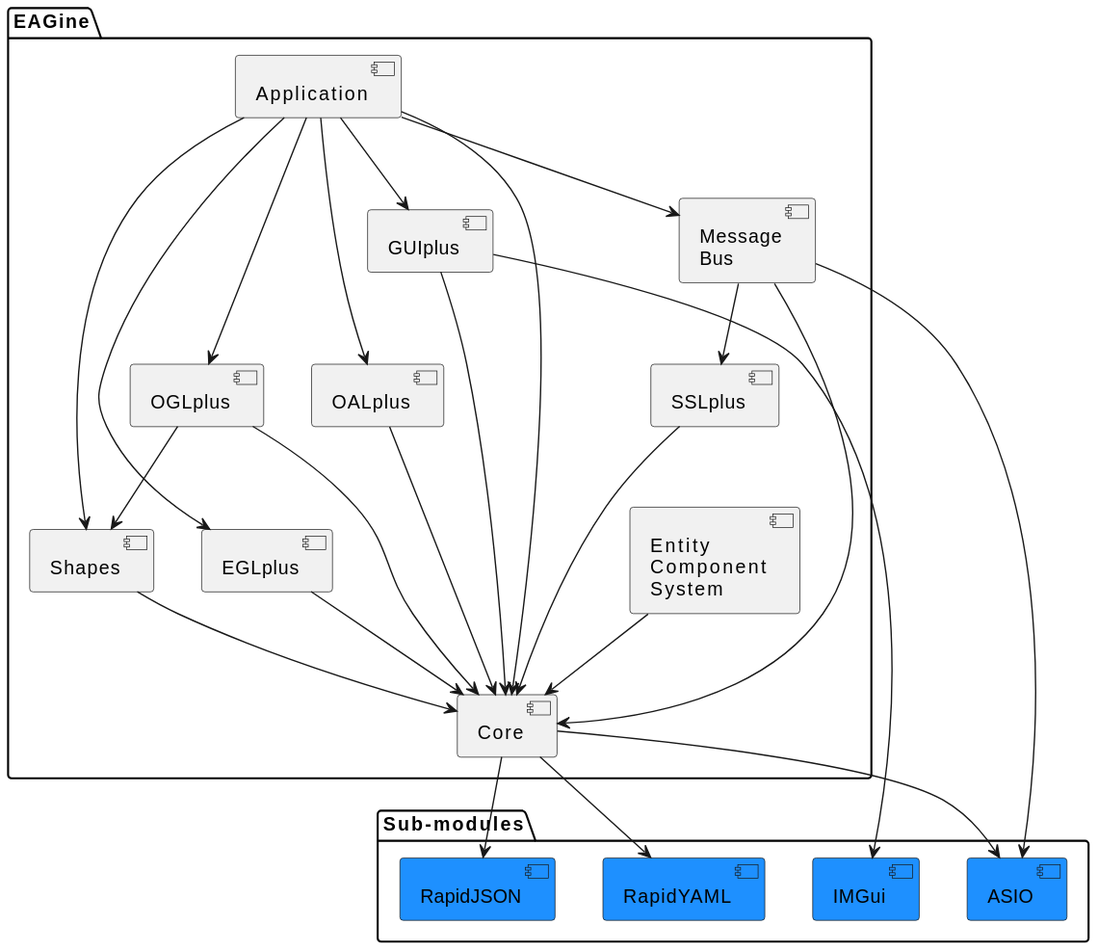
Above: doc/diagrams/eagine/components_sub.svg in matus-chochlik/eagine-all (PlantUML), before the change.
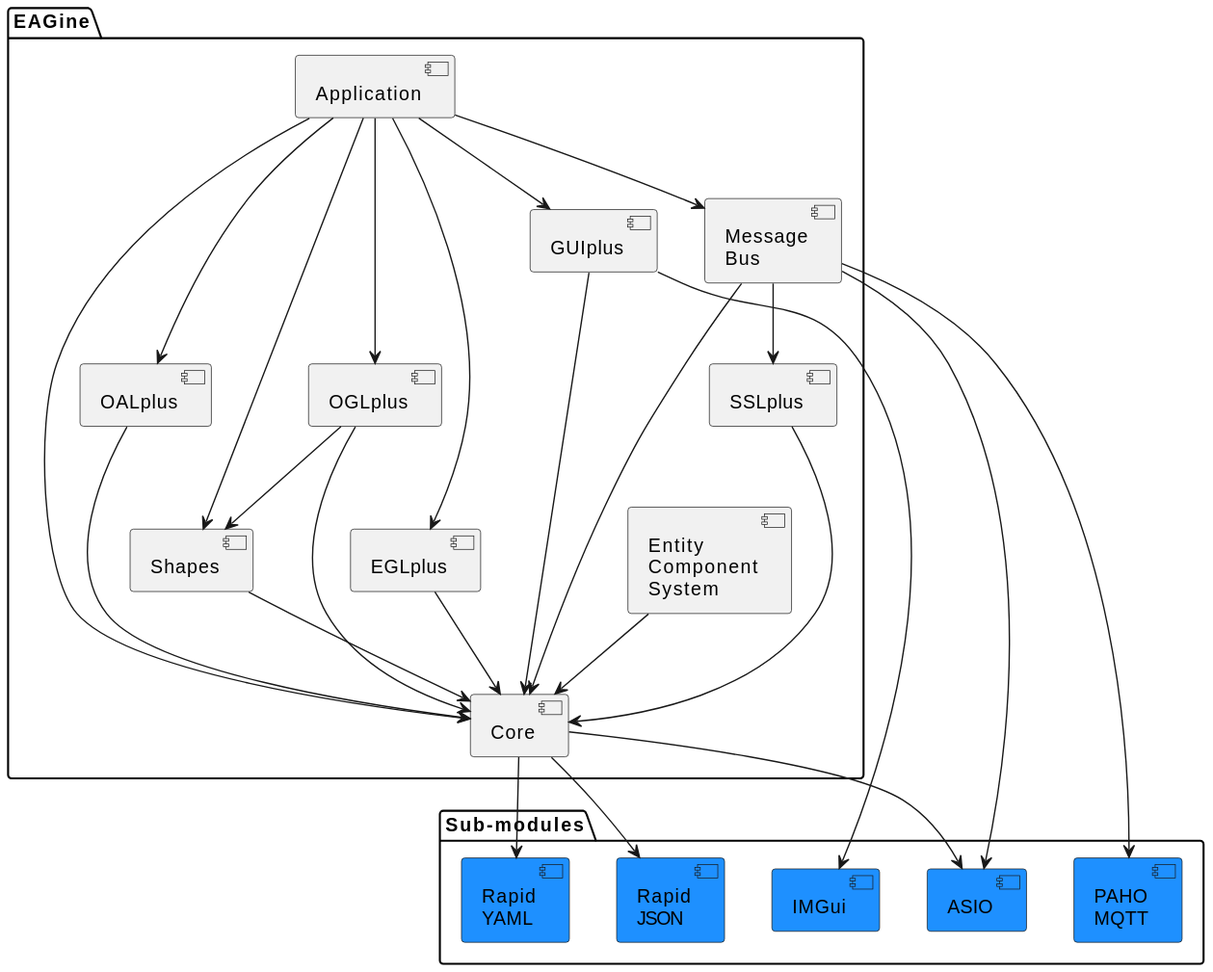
After the change.

Commit message:
Updated the components diagram

Change to the diagram source:
```diff
@@ -1,28 +1,30 @@
 @startuml
 package Sub-modules {
-        component [ASIO] as asio #DodgerBlue
-        component [RapidJSON] as rapidjson #DodgerBlue
-        component [RapidYAML] as rapidyaml #DodgerBlue
-        component [IMGui] as imgui #DodgerBlue
+	component [ASIO] as asio #DodgerBlue
+	component [PAHO\nMQTT] as paho #DodgerBlue
+	component [Rapid\nJSON] as rapidjson #DodgerBlue
+	component [Rapid\nYAML] as rapidyaml #DodgerBlue
+	component [IMGui] as imgui #DodgerBlue
 }
 
 package EAGine {
-        component [Core] as core
-        component [SSLplus] as sslplus
-        component [Shapes] as shapes
-        component [Message\nBus] as msgbus
-        component [EGLplus] as eglplus
-        component [OGLplus] as oglplus
-        component [OALplus] as oalplus
-        component [GUIplus] as guiplus
-        component [Entity\nComponent\nSystem] as ecs
-        component [Application] as app
+	component [Core] as core
+	component [SSLplus] as sslplus
+	component [Shapes] as shapes
+	component [Message\nBus] as msgbus
+	component [EGLplus] as eglplus
+	component [OGLplus] as oglplus
+	component [OALplus] as oalplus
+	component [GUIplus] as guiplus
+	component [Entity\nComponent\nSystem] as ecs
+	component [Application] as app
 }
 
 core --> rapidjson
 core --> rapidyaml
 core --> asio
 msgbus --> asio
+msgbus --> paho
 guiplus --> imgui
 
 sslplus --> core
```
